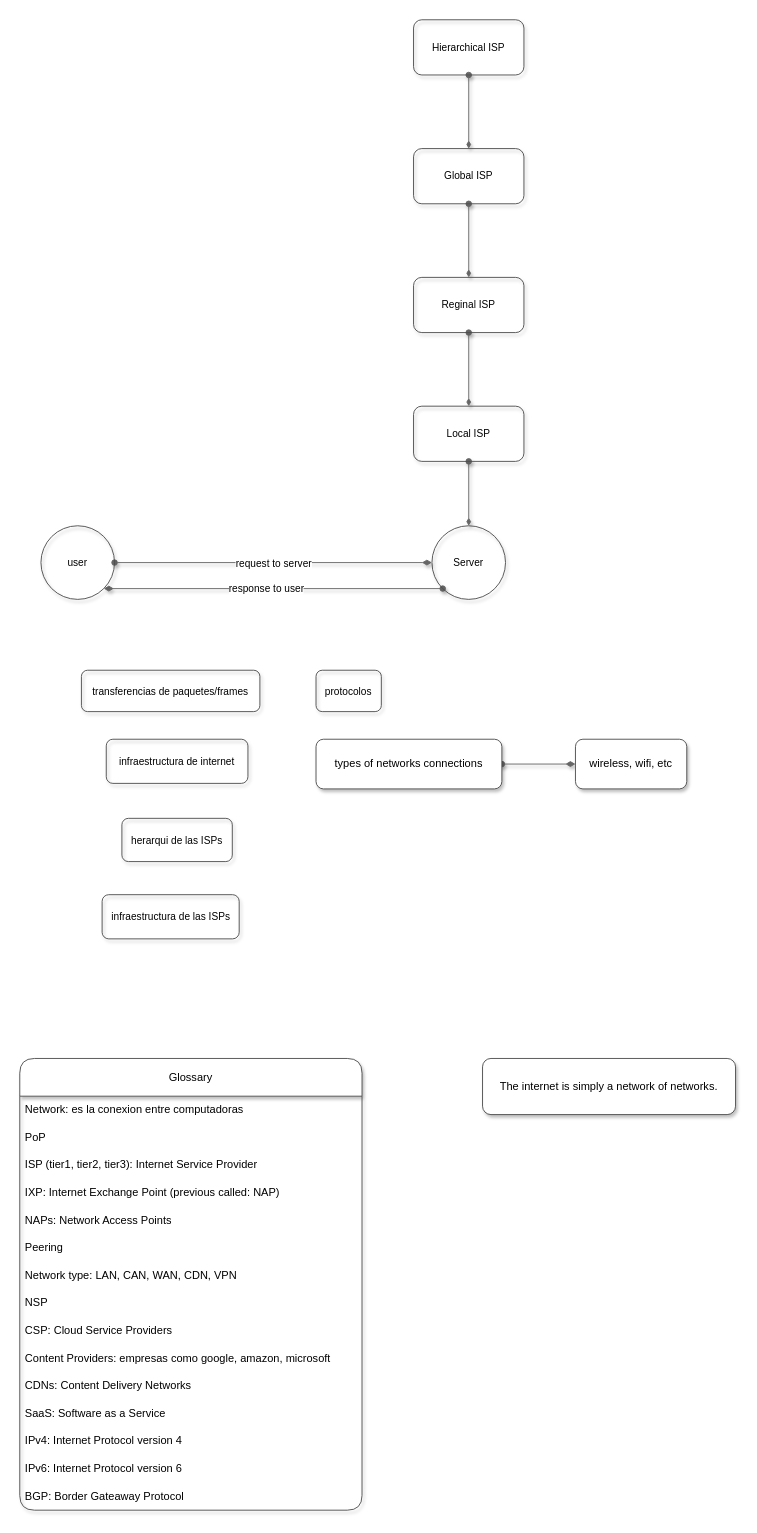
Above: page "Glossary" (1 of 2) of internet diagram.drawio in GutengMorgen/Computer-Networking-Resources (draw.io), before the change. Source tidied: cells renumbered, new cells numbered last; positions are measured from the earlier drawing's top-left corner, leaving out a move shared by most shapes. Both pictures are drawn from the tidied source at 92%, with x=0, y=0 at pixel (19, 19).
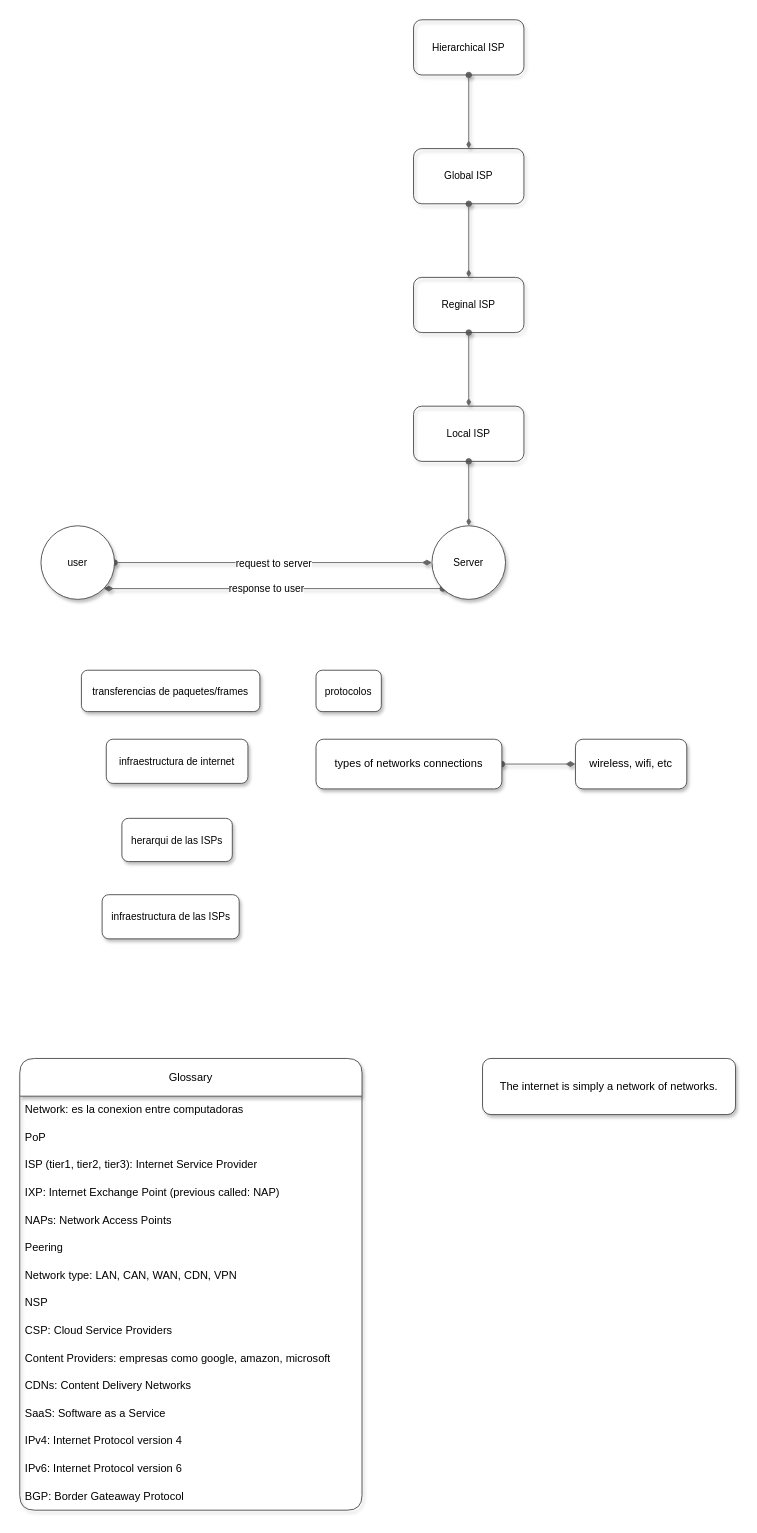
Above is the later version.

Change to the diagram source:
```diff
@@
-    <mxCell id="12" value="Server" style="ellipse;whiteSpace=wrap;html=1;fontSize=11;fillColor=none;strokeColor=#4d4d4d;rounded=1;shadow=1;" parent="1" vertex="1">
+    <mxCell id="12" value="Server" style="ellipse;whiteSpace=wrap;html=1;fontSize=11;fillColor=default;strokeColor=#4d4d4d;rounded=1;shadow=1;" parent="1" vertex="1">
       <mxGeometry x="448" y="550" width="80" height="80" as="geometry" />
     </mxCell>
@@
-    <mxCell id="15" value="user" style="ellipse;whiteSpace=wrap;html=1;rounded=1;shadow=1;strokeColor=#4d4d4d;fontFamily=Helvetica;fontSize=11;fontColor=default;fillColor=none;" parent="1" vertex="1">
+    <mxCell id="15" value="user" style="ellipse;whiteSpace=wrap;html=1;rounded=1;shadow=1;strokeColor=#4d4d4d;fontFamily=Helvetica;fontSize=11;fontColor=default;fillColor=default;" parent="1" vertex="1">
       <mxGeometry x="23" y="550" width="80" height="80" as="geometry" />
     </mxCell>
-    <mxCell id="16" value="transferencias de paquetes/frames" style="whiteSpace=wrap;html=1;rounded=1;shadow=1;strokeColor=#4d4d4d;fontFamily=Helvetica;fontSize=11;fontColor=default;fillColor=none;" parent="1" vertex="1">
+    <mxCell id="16" value="transferencias de paquetes/frames" style="whiteSpace=wrap;html=1;rounded=1;shadow=1;strokeColor=#4d4d4d;fontFamily=Helvetica;fontSize=11;fontColor=default;fillColor=default;" parent="1" vertex="1">
       <mxGeometry x="67" y="707" width="194" height="45" as="geometry" />
     </mxCell>
-    <mxCell id="17" value="infraestructura de internet" style="whiteSpace=wrap;html=1;rounded=1;shadow=1;strokeColor=#4d4d4d;fontFamily=Helvetica;fontSize=11;fontColor=default;fillColor=none;" parent="1" vertex="1">
+    <mxCell id="17" value="infraestructura de internet" style="whiteSpace=wrap;html=1;rounded=1;shadow=1;strokeColor=#4d4d4d;fontFamily=Helvetica;fontSize=11;fontColor=default;fillColor=default;" parent="1" vertex="1">
       <mxGeometry x="94" y="782" width="154" height="48" as="geometry" />
     </mxCell>
-    <mxCell id="18" value="herarqui de las ISPs" style="whiteSpace=wrap;html=1;rounded=1;shadow=1;strokeColor=#4d4d4d;fontFamily=Helvetica;fontSize=11;fontColor=default;fillColor=none;" parent="1" vertex="1">
+    <mxCell id="18" value="herarqui de las ISPs" style="whiteSpace=wrap;html=1;rounded=1;shadow=1;strokeColor=#4d4d4d;fontFamily=Helvetica;fontSize=11;fontColor=default;fillColor=default;" parent="1" vertex="1">
       <mxGeometry x="111" y="868" width="120" height="47" as="geometry" />
     </mxCell>
-    <mxCell id="19" value="infraestructura de las ISPs" style="whiteSpace=wrap;html=1;rounded=1;shadow=1;strokeColor=#4d4d4d;fontFamily=Helvetica;fontSize=11;fontColor=default;fillColor=none;" parent="1" vertex="1">
+    <mxCell id="19" value="infraestructura de las ISPs" style="whiteSpace=wrap;html=1;rounded=1;shadow=1;strokeColor=#4d4d4d;fontFamily=Helvetica;fontSize=11;fontColor=default;fillColor=default;" parent="1" vertex="1">
       <mxGeometry x="89.5" y="951" width="149" height="48" as="geometry" />
     </mxCell>
-    <mxCell id="20" value="protocolos" style="whiteSpace=wrap;html=1;rounded=1;shadow=1;strokeColor=#4d4d4d;fontFamily=Helvetica;fontSize=11;fontColor=default;fillColor=none;" parent="1" vertex="1">
+    <mxCell id="20" value="protocolos" style="whiteSpace=wrap;html=1;rounded=1;shadow=1;strokeColor=#4d4d4d;fontFamily=Helvetica;fontSize=11;fontColor=default;fillColor=default;" parent="1" vertex="1">
       <mxGeometry x="322" y="707" width="71" height="45" as="geometry" />
     </mxCell>
```
